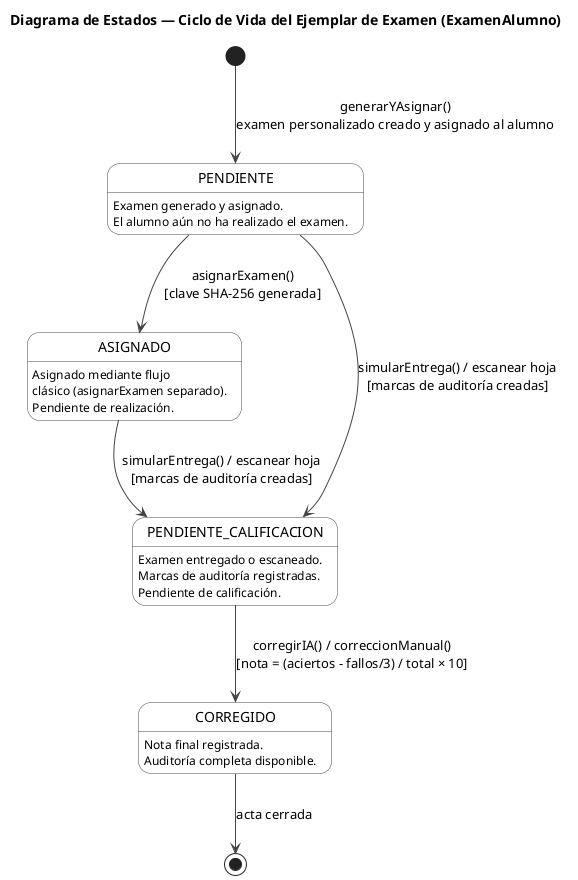
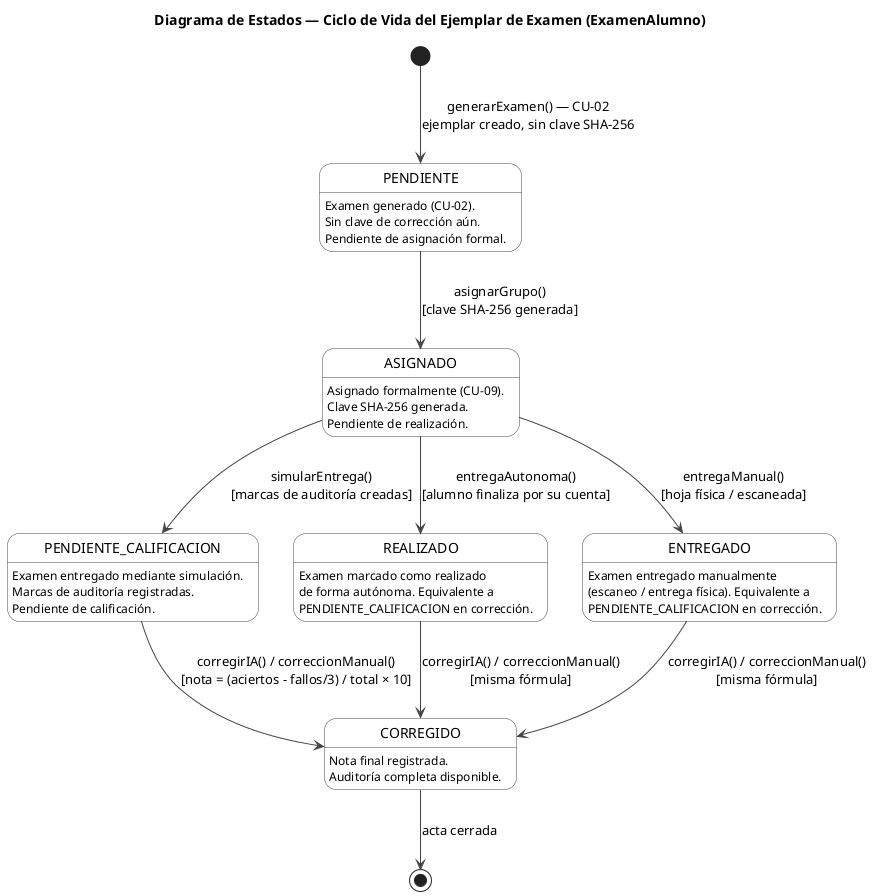
@startuml
title Diagrama de Estados — Ciclo de Vida del Ejemplar de Examen (ExamenAlumno)

skinparam state {
  BackgroundColor white
  BorderColor #444
  ArrowColor #444
  FontName Arial
}

- [*] --> PENDIENTE : generarYAsignar()\nexamen personalizado creado y asignado al alumno
+ [*] --> PENDIENTE : generarExamen() — CU-02\nejemplar creado, sin clave SHA-256

- state PENDIENTE : Examen generado y asignado.\nEl alumno aún no ha realizado el examen.
+ state PENDIENTE : Examen generado (CU-02).\nSin clave de corrección aún.\nPendiente de asignación formal.

- state ASIGNADO : Asignado mediante flujo\nclásico (asignarExamen separado).\nPendiente de realización.
+ state ASIGNADO : Asignado formalmente (CU-09).\nClave SHA-256 generada.\nPendiente de realización.

- state PENDIENTE_CALIFICACION : Examen entregado o escaneado.\nMarcas de auditoría registradas.\nPendiente de calificación.
+ state PENDIENTE_CALIFICACION : Examen entregado mediante simulación.\nMarcas de auditoría registradas.\nPendiente de calificación.
+ 
+ state REALIZADO : Examen marcado como realizado\nde forma autónoma. Equivalente a\nPENDIENTE_CALIFICACION en corrección.
+ 
+ state ENTREGADO : Examen entregado manualmente\n(escaneo / entrega física). Equivalente a\nPENDIENTE_CALIFICACION en corrección.

state CORREGIDO : Nota final registrada.\nAuditoría completa disponible.

- ' ─── Flujo principal (generarYAsignar) ───────────────────────────
+ ' ─── Flujo principal ──────────────────────────────────────────────

- PENDIENTE --> PENDIENTE_CALIFICACION : simularEntrega() / escanear hoja\n[marcas de auditoría creadas]
+ PENDIENTE --> ASIGNADO : asignarGrupo()\n[clave SHA-256 generada]

- ' ─── Flujo clásico (generar + asignar por separado) ──────────────
+ ASIGNADO --> PENDIENTE_CALIFICACION : simularEntrega()\n[marcas de auditoría creadas]

- PENDIENTE --> ASIGNADO : asignarExamen()\n[clave SHA-256 generada]
+ ASIGNADO --> REALIZADO : entregaAutonoma()\n[alumno finaliza por su cuenta]

- ASIGNADO --> PENDIENTE_CALIFICACION : simularEntrega() / escanear hoja\n[marcas de auditoría creadas]
+ ASIGNADO --> ENTREGADO : entregaManual()\n[hoja física / escaneada]

- ' ─── Corrección ──────────────────────────────────────────────────
+ ' ─── Corrección (los tres estados son equivalentes) ──────────────

PENDIENTE_CALIFICACION --> CORREGIDO : corregirIA() / correccionManual()\n[nota = (aciertos - fallos/3) / total × 10]
+ 
+ REALIZADO --> CORREGIDO : corregirIA() / correccionManual()\n[misma fórmula]
+ 
+ ENTREGADO --> CORREGIDO : corregirIA() / correccionManual()\n[misma fórmula]

CORREGIDO --> [*] : acta cerrada

@enduml
